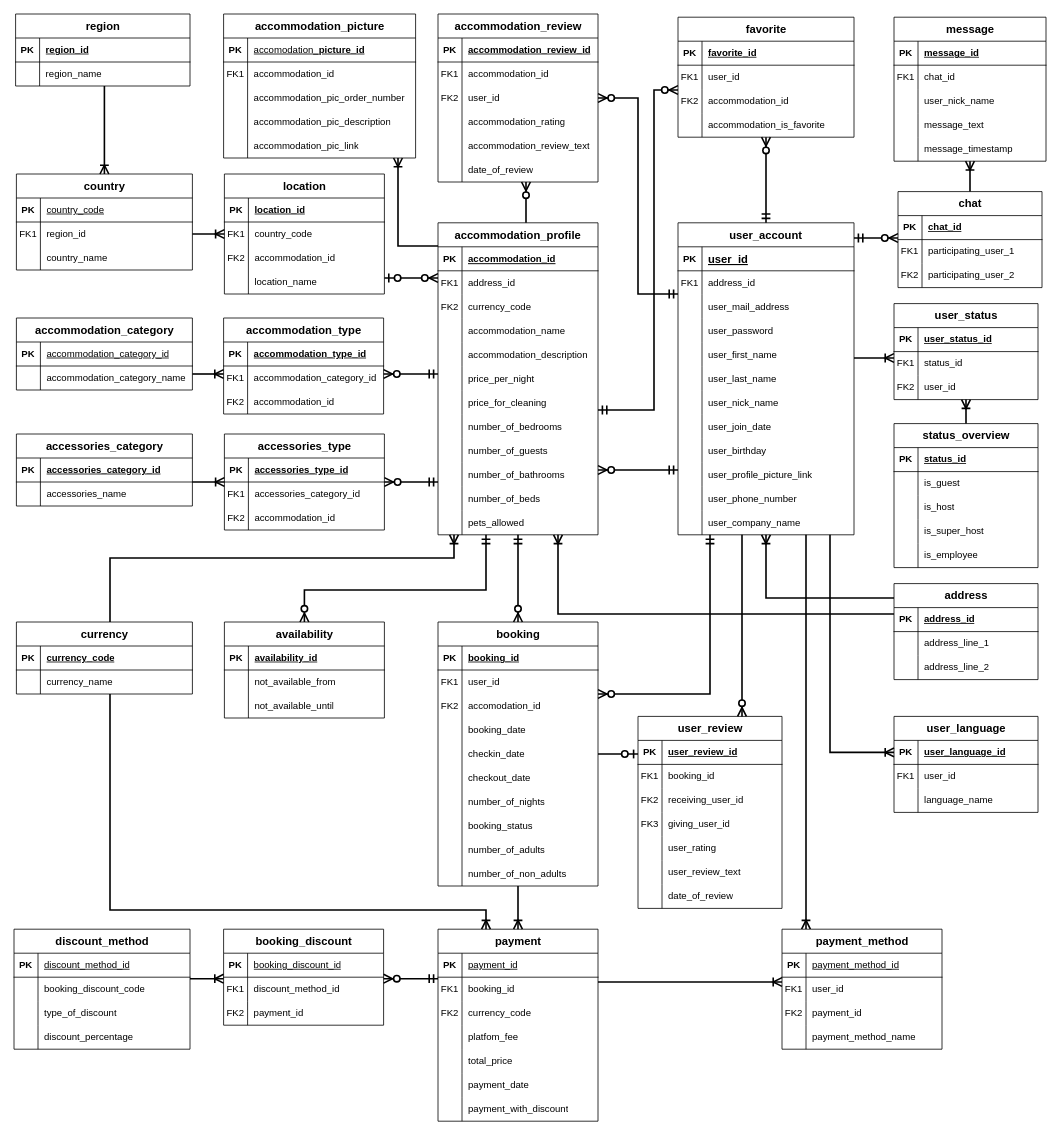
This is Steffbnb.drawio from DaSteff91/SQL_Repo, a draw.io file, before an edit. Source tidied: cells renumbered, new cells numbered last; positions are measured from the earlier drawing's top-left corner, leaving out a move shared by most shapes. Both pictures are drawn from the tidied source at 80%, with x=0, y=0 at pixel (14, 14).
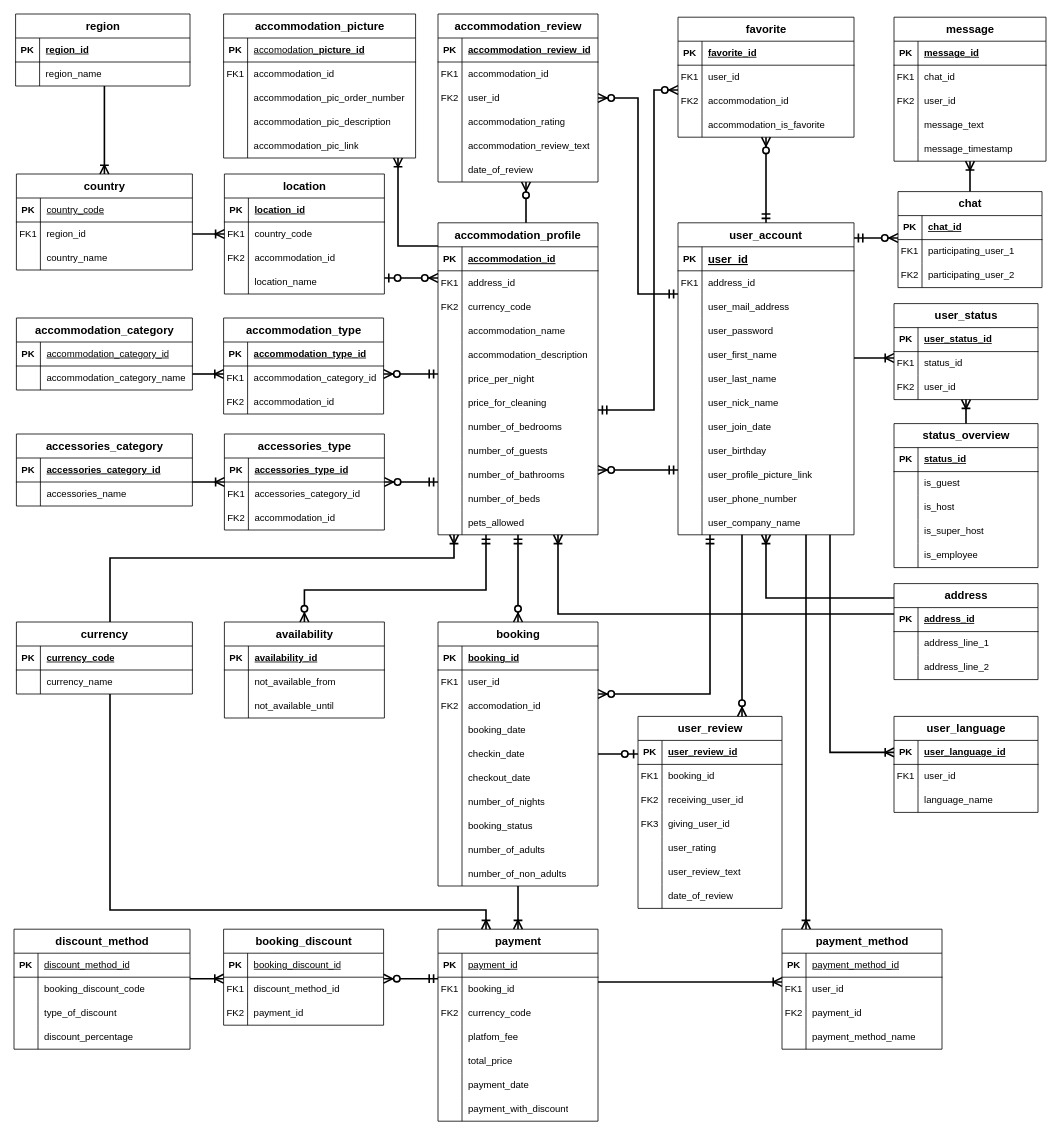
The same page after the edit.

The change refers to these unchanged cells:
```xml
<mxCell id="193" style="shape=tableRow;horizontal=0;startSize=0;swimlaneHead=0;swimlaneBody=0;fillColor=none;top=0;left=0;right=0;bottom=0;labelBackgroundColor=none;" parent="186" vertex="1">
  <mxGeometry y="90" width="190" height="30" as="geometry" />
</mxCell>
```

Change to the diagram source:
```diff
@@
-    <mxCell id="194" style="shape=partialRectangle;fillColor=none;top=0;left=0;bottom=0;right=0;overflow=hidden;whiteSpace=wrap;html=1;labelBackgroundColor=none;" parent="193" vertex="1">
+    <mxCell id="194" value="FK2" style="shape=partialRectangle;fillColor=none;top=0;left=0;bottom=0;right=0;overflow=hidden;whiteSpace=wrap;html=1;labelBackgroundColor=none;" parent="193" vertex="1">
       <mxGeometry width="30" height="30" as="geometry" />
     </mxCell>
-    <mxCell id="195" value="user_nick_name" style="shape=partialRectangle;fillColor=none;top=0;left=0;bottom=0;right=0;align=left;spacingLeft=6;overflow=hidden;whiteSpace=wrap;html=1;labelBackgroundColor=none;" parent="193" vertex="1">
+    <mxCell id="195" value="user_id" style="shape=partialRectangle;fillColor=none;top=0;left=0;bottom=0;right=0;align=left;spacingLeft=6;overflow=hidden;whiteSpace=wrap;html=1;labelBackgroundColor=none;" parent="193" vertex="1">
       <mxGeometry x="30" width="160" height="30" as="geometry" />
     </mxCell>
```
